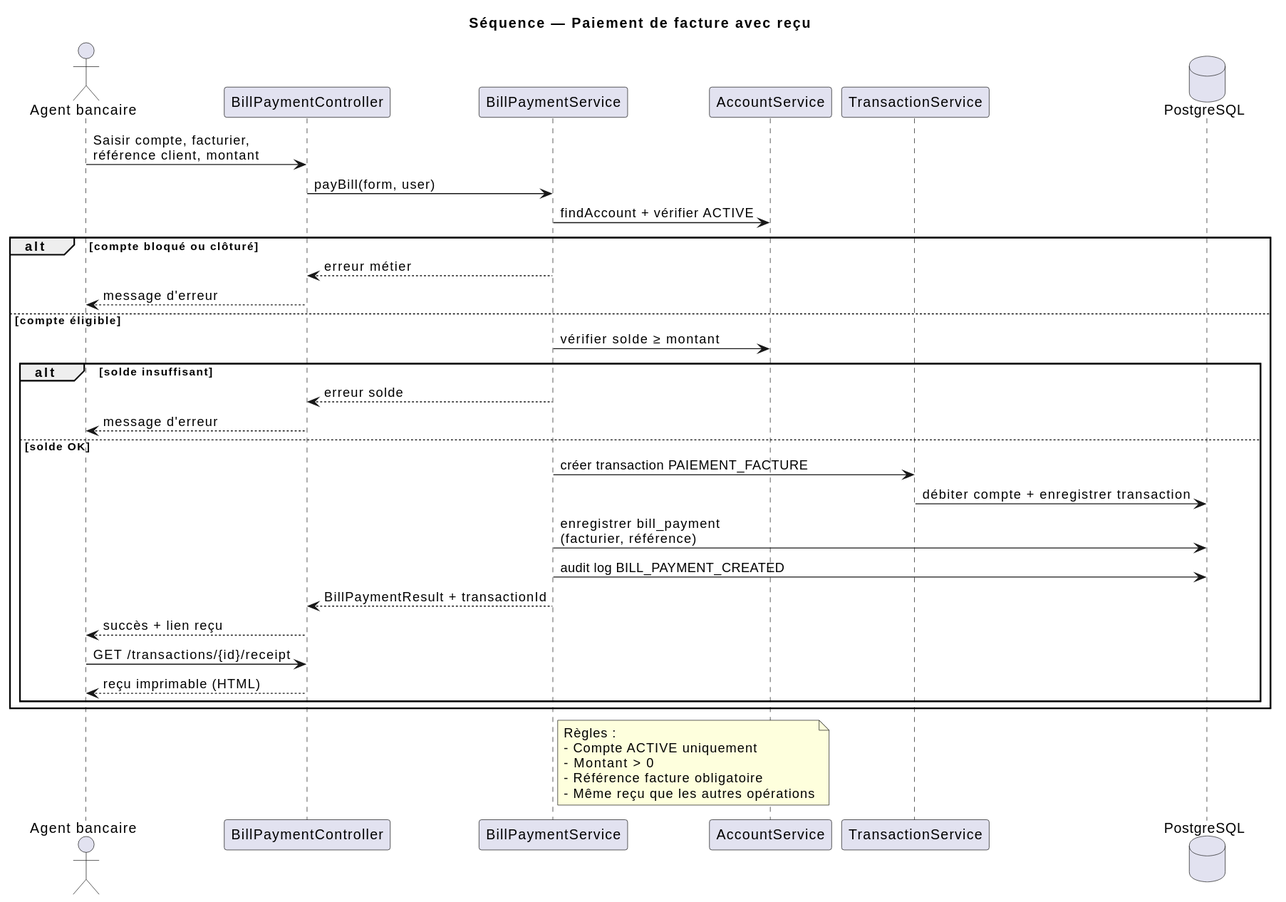
This is documentation/uml/sequence/06-paiement-facture.svg from aminabensouda106-gif/banque1, a PlantUML export, as it was before one commit.
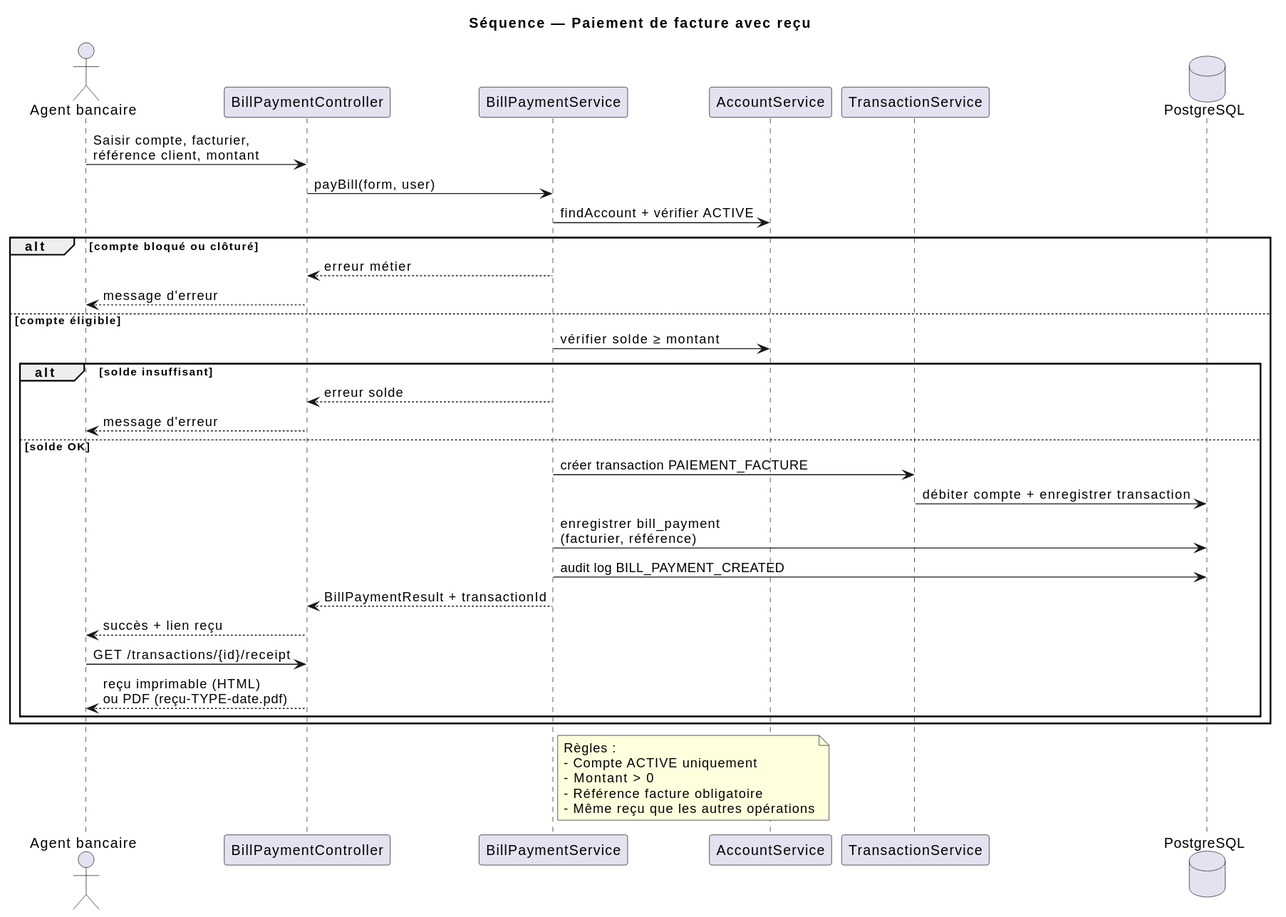
Later version of the same file.

The edit, as a diff of the source:
```diff
@@ -31,7 +31,7 @@
     svc --> ctrl : BillPaymentResult + transactionId
     ctrl --> agent : succès + lien reçu
     agent -> ctrl : GET /transactions/{id}/receipt
-    ctrl --> agent : reçu imprimable (HTML)
+    ctrl --> agent : reçu imprimable (HTML)\nou PDF (reçu-TYPE-date.pdf)
   end
 end
 
```
